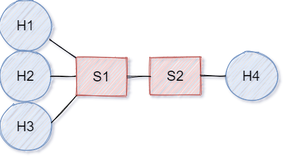
Earlier version of the draw.io export experiment_2/img/2021-01-06 task2.png (xxionhong/network_slice). Source tidied: cells renumbered, new cells last; positions are measured from the earlier drawing's top-left corner, leaving out a move shared by most shapes. Its diagram source:
```xml
<mxGraphModel shadow="1">
  <root>
    <mxCell id="0" />
    <mxCell id="1" parent="0" />
    <mxCell id="2" value="H1" style="ellipse;whiteSpace=wrap;html=1;fontSize=22;shadow=0;sketch=1;fillColor=#dae8fc;strokeColor=#6c8ebf;" parent="1" vertex="1">
      <mxGeometry width="80" height="80" as="geometry" />
    </mxCell>
    <mxCell id="3" value="H2" style="ellipse;whiteSpace=wrap;html=1;fontSize=22;shadow=0;sketch=1;fillColor=#dae8fc;strokeColor=#6c8ebf;" parent="1" vertex="1">
      <mxGeometry y="80" width="80" height="80" as="geometry" />
    </mxCell>
    <mxCell id="4" value="S1" style="rounded=0;whiteSpace=wrap;html=1;fontSize=22;shadow=0;sketch=1;fillColor=#f8cecc;strokeColor=#b85450;" parent="1" vertex="1">
      <mxGeometry x="120" y="91" width="80" height="60" as="geometry" />
    </mxCell>
    <mxCell id="5" value="S2" style="rounded=0;whiteSpace=wrap;html=1;fontSize=22;shadow=0;sketch=1;fillColor=#f8cecc;strokeColor=#b85450;" parent="1" vertex="1">
      <mxGeometry x="237" y="90" width="80" height="60" as="geometry" />
    </mxCell>
    <mxCell id="6" value="H3" style="ellipse;whiteSpace=wrap;html=1;fontSize=22;shadow=0;sketch=1;fillColor=#dae8fc;strokeColor=#6c8ebf;" parent="1" vertex="1">
      <mxGeometry y="160" width="80" height="80" as="geometry" />
    </mxCell>
    <mxCell id="7" value="H4" style="ellipse;whiteSpace=wrap;html=1;fontSize=22;shadow=0;sketch=1;fillColor=#dae8fc;strokeColor=#6c8ebf;" parent="1" vertex="1">
      <mxGeometry x="357" y="80" width="80" height="80" as="geometry" />
    </mxCell>
    <mxCell id="8" style="endArrow=none;html=1;fontSize=22;shadow=0;sketch=1;exitX=1;exitY=0.5;exitDx=0;exitDy=0;entryX=0;entryY=0.5;entryDx=0;entryDy=0;" parent="1" edge="1" source="4" target="5">
      <mxGeometry relative="1" as="geometry" />
    </mxCell>
    <mxCell id="9" style="endArrow=none;html=1;fontSize=22;shadow=0;sketch=1;exitX=0;exitY=1;exitDx=0;exitDy=0;entryX=1.025;entryY=0.413;entryDx=0;entryDy=0;entryPerimeter=0;" parent="1" edge="1" source="4" target="6">
      <mxGeometry relative="1" as="geometry" />
    </mxCell>
    <mxCell id="10" style="endArrow=none;html=1;entryX=0;entryY=0.5;entryDx=0;entryDy=0;exitX=1;exitY=0.5;exitDx=0;exitDy=0;fontSize=22;shadow=0;sketch=1;" parent="1" edge="1" source="5" target="7">
      <mxGeometry relative="1" as="geometry" />
    </mxCell>
    <mxCell id="11" style="endArrow=none;html=1;entryX=0;entryY=0.5;entryDx=0;entryDy=0;exitX=0.963;exitY=0.763;exitDx=0;exitDy=0;fontSize=22;shadow=0;sketch=1;exitPerimeter=0;" parent="1" edge="1" source="2">
      <mxGeometry relative="1" as="geometry">
        <mxPoint x="120" y="91" as="targetPoint" />
      </mxGeometry>
    </mxCell>
    <mxCell id="12" style="endArrow=none;html=1;entryX=0;entryY=0.5;entryDx=0;entryDy=0;fontSize=22;shadow=0;sketch=1;exitX=1;exitY=0.5;exitDx=0;exitDy=0;" parent="1" edge="1" source="3" target="4">
      <mxGeometry relative="1" as="geometry" />
    </mxCell>
  </root>
</mxGraphModel>
```
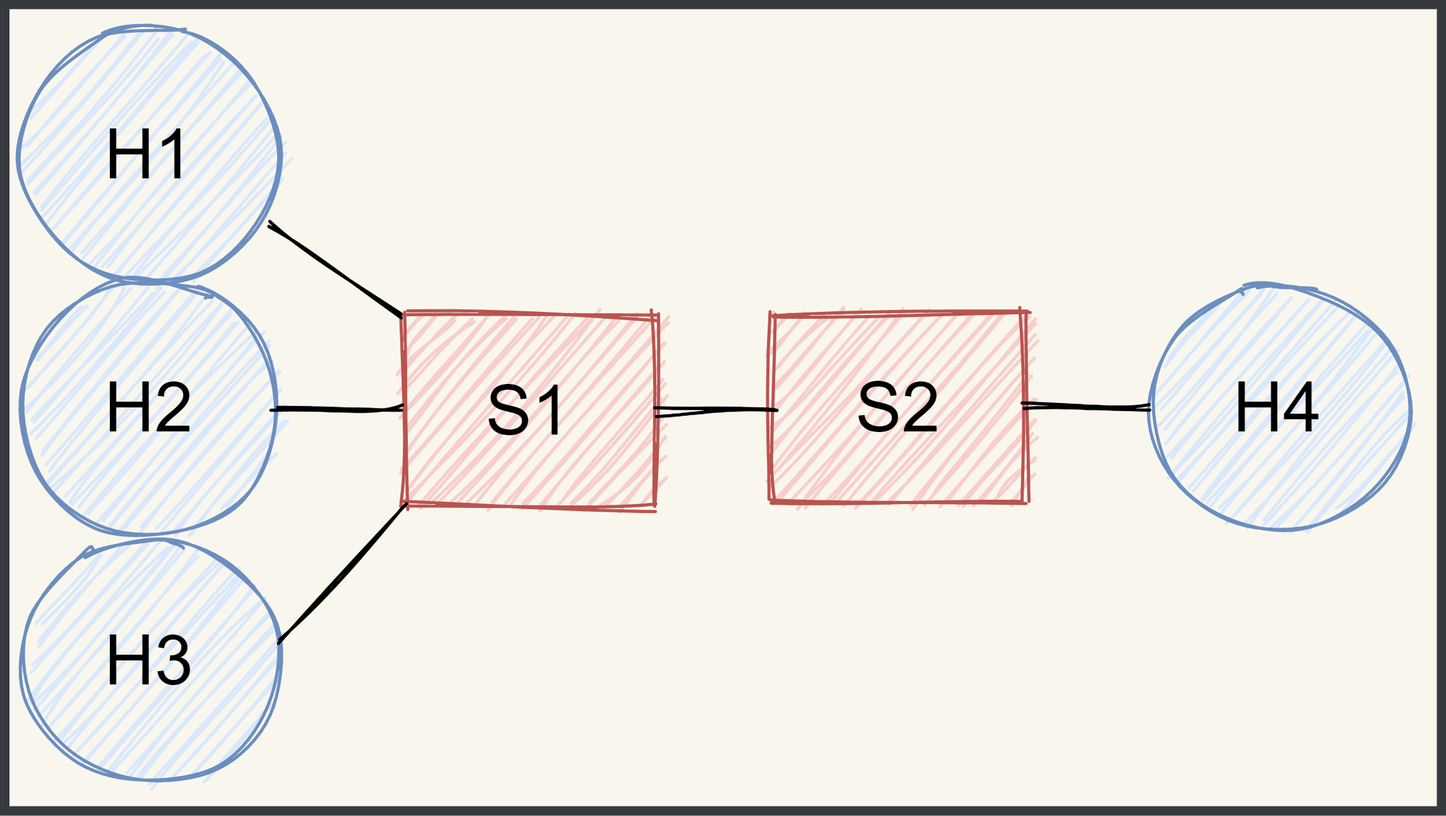
Later version of the same file.

What changed in the source:
```diff
@@ -1,7 +1,10 @@
-<mxGraphModel shadow="1">
+<mxGraphModel>
   <root>
     <mxCell id="0" />
     <mxCell id="1" parent="0" />
+    <mxCell id="13" style="group;fillColor=#f9f7ed;strokeColor=#36393d;strokeWidth=3;" parent="1" vertex="1">
+      <mxGeometry x="-6" y="-7.5" width="454.5" height="255" as="geometry" />
+    </mxCell>
     <mxCell id="2" value="H1" style="ellipse;whiteSpace=wrap;html=1;fontSize=22;shadow=0;sketch=1;fillColor=#dae8fc;strokeColor=#6c8ebf;" parent="1" vertex="1">
       <mxGeometry width="80" height="80" as="geometry" />
     </mxCell>
@@ -21,21 +24,21 @@
       <mxGeometry x="357" y="80" width="80" height="80" as="geometry" />
     </mxCell>
     <mxCell id="8" style="endArrow=none;html=1;fontSize=22;shadow=0;sketch=1;exitX=1;exitY=0.5;exitDx=0;exitDy=0;entryX=0;entryY=0.5;entryDx=0;entryDy=0;" parent="1" edge="1" source="4" target="5">
-      <mxGeometry relative="1" as="geometry" />
+      <mxGeometry x="201" y="180" as="geometry" />
     </mxCell>
     <mxCell id="9" style="endArrow=none;html=1;fontSize=22;shadow=0;sketch=1;exitX=0;exitY=1;exitDx=0;exitDy=0;entryX=1.025;entryY=0.413;entryDx=0;entryDy=0;entryPerimeter=0;" parent="1" edge="1" source="4" target="6">
-      <mxGeometry relative="1" as="geometry" />
+      <mxGeometry x="201" y="180" as="geometry" />
     </mxCell>
     <mxCell id="10" style="endArrow=none;html=1;entryX=0;entryY=0.5;entryDx=0;entryDy=0;exitX=1;exitY=0.5;exitDx=0;exitDy=0;fontSize=22;shadow=0;sketch=1;" parent="1" edge="1" source="5" target="7">
-      <mxGeometry relative="1" as="geometry" />
+      <mxGeometry x="201" y="180" as="geometry" />
     </mxCell>
     <mxCell id="11" style="endArrow=none;html=1;entryX=0;entryY=0.5;entryDx=0;entryDy=0;exitX=0.963;exitY=0.763;exitDx=0;exitDy=0;fontSize=22;shadow=0;sketch=1;exitPerimeter=0;" parent="1" edge="1" source="2">
-      <mxGeometry relative="1" as="geometry">
+      <mxGeometry x="201" y="180" as="geometry">
         <mxPoint x="120" y="91" as="targetPoint" />
       </mxGeometry>
     </mxCell>
     <mxCell id="12" style="endArrow=none;html=1;entryX=0;entryY=0.5;entryDx=0;entryDy=0;fontSize=22;shadow=0;sketch=1;exitX=1;exitY=0.5;exitDx=0;exitDy=0;" parent="1" edge="1" source="3" target="4">
-      <mxGeometry relative="1" as="geometry" />
+      <mxGeometry x="201" y="180" as="geometry" />
     </mxCell>
   </root>
 </mxGraphModel>
```
